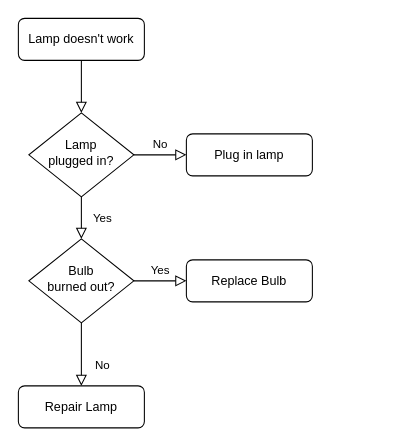
Earlier version of the draw.io diagram conditional.drawio (ChiobiJason/100-Days-Of-Python). Source tidied: cells renumbered, new cells numbered last; positions are measured from the earlier drawing's top-left corner, leaving out a move shared by most shapes. Both pictures are drawn from the tidied source at 105%, with x=0, y=0 at pixel (18, 18).
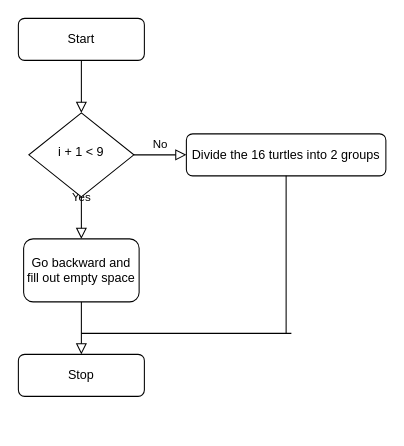
Above is the later version.

The edit, as a diff of the source:
```diff
@@
 <mxGraphModel>
   <root>
     <mxCell id="0" />
     <mxCell id="1" parent="0" />
     <mxCell id="2" style="rounded=0;html=1;jettySize=auto;fontSize=11;endArrow=block;endFill=0;endSize=8;strokeWidth=1;shadow=0;labelBackgroundColor=none;edgeStyle=orthogonalEdgeStyle;" parent="1" edge="1" source="3" target="6">
       <mxGeometry relative="1" as="geometry" />
     </mxCell>
-    <mxCell id="3" value="Lamp doesn't work" style="rounded=1;whiteSpace=wrap;html=1;fontSize=12;glass=0;strokeWidth=1;shadow=0;" parent="1" vertex="1">
+    <mxCell id="3" value="Start" style="rounded=1;whiteSpace=wrap;html=1;fontSize=12;glass=0;strokeWidth=1;shadow=0;" parent="1" vertex="1">
       <mxGeometry width="120" height="40" as="geometry" />
     </mxCell>
-    <mxCell id="4" value="Yes" style="rounded=0;html=1;jettySize=auto;fontSize=11;endArrow=block;endFill=0;endSize=8;strokeWidth=1;shadow=0;labelBackgroundColor=none;edgeStyle=orthogonalEdgeStyle;" parent="1" edge="1" source="6" target="10">
-      <mxGeometry y="20" relative="1" as="geometry" />
+    <mxCell id="4" value="Yes" style="rounded=0;html=1;jettySize=auto;fontSize=11;endArrow=block;endFill=0;endSize=8;strokeWidth=1;shadow=0;labelBackgroundColor=none;edgeStyle=orthogonalEdgeStyle;" parent="1" edge="1" source="6">
+      <mxGeometry y="20" relative="1" as="geometry">
+        <mxPoint x="60" y="210" as="targetPoint" />
+      </mxGeometry>
     </mxCell>
     <mxCell id="5" value="No" style="edgeStyle=orthogonalEdgeStyle;rounded=0;html=1;jettySize=auto;fontSize=11;endArrow=block;endFill=0;endSize=8;strokeWidth=1;shadow=0;labelBackgroundColor=none;" parent="1" edge="1" source="6" target="7">
       <mxGeometry y="10" relative="1" as="geometry" />
     </mxCell>
-    <mxCell id="6" value="Lamp&lt;br&gt;plugged in?" style="rhombus;whiteSpace=wrap;html=1;shadow=0;fontFamily=Helvetica;fontSize=12;align=center;strokeWidth=1;spacing=6;spacingTop=-4;" parent="1" vertex="1">
+    <mxCell id="6" value="i + 1 &amp;lt; 9" style="rhombus;whiteSpace=wrap;html=1;shadow=0;fontFamily=Helvetica;fontSize=12;align=center;strokeWidth=1;spacing=6;spacingTop=-4;" parent="1" vertex="1">
       <mxGeometry x="10" y="90" width="100" height="80" as="geometry" />
     </mxCell>
-    <mxCell id="7" value="Plug in lamp" style="rounded=1;whiteSpace=wrap;html=1;fontSize=12;glass=0;strokeWidth=1;shadow=0;" parent="1" vertex="1">
-      <mxGeometry x="160" y="110" width="120" height="40" as="geometry" />
+    <mxCell id="7" value="Divide the 16 turtles into 2 groups" style="rounded=1;whiteSpace=wrap;html=1;fontSize=12;glass=0;strokeWidth=1;shadow=0;" parent="1" vertex="1">
+      <mxGeometry x="160" y="110" width="190" height="40" as="geometry" />
     </mxCell>
-    <mxCell id="8" value="No" style="rounded=0;html=1;jettySize=auto;fontSize=11;endArrow=block;endFill=0;endSize=8;strokeWidth=1;shadow=0;labelBackgroundColor=none;edgeStyle=orthogonalEdgeStyle;" parent="1" edge="1" source="10" target="11">
-      <mxGeometry x="0.33" y="20" relative="1" as="geometry" />
+    <mxCell id="8" style="rounded=0;html=1;jettySize=auto;fontSize=11;endArrow=block;endFill=0;endSize=8;strokeWidth=1;shadow=0;labelBackgroundColor=none;edgeStyle=orthogonalEdgeStyle;" parent="1" edge="1" source="13" target="11">
+      <mxGeometry x="0.2" y="20" relative="1" as="geometry" />
     </mxCell>
-    <mxCell id="9" value="Yes" style="edgeStyle=orthogonalEdgeStyle;rounded=0;html=1;jettySize=auto;fontSize=11;endArrow=block;endFill=0;endSize=8;strokeWidth=1;shadow=0;labelBackgroundColor=none;" parent="1" edge="1" source="10" target="12">
-      <mxGeometry y="10" relative="1" as="geometry" />
-    </mxCell>
-    <mxCell id="10" value="Bulb&lt;br&gt;burned out?" style="rhombus;whiteSpace=wrap;html=1;shadow=0;fontFamily=Helvetica;fontSize=12;align=center;strokeWidth=1;spacing=6;spacingTop=-4;" parent="1" vertex="1">
-      <mxGeometry x="10" y="210" width="100" height="80" as="geometry" />
-    </mxCell>
-    <mxCell id="11" value="Repair Lamp" style="rounded=1;whiteSpace=wrap;html=1;fontSize=12;glass=0;strokeWidth=1;shadow=0;" parent="1" vertex="1">
-      <mxGeometry y="350" width="120" height="40" as="geometry" />
+    <mxCell id="11" value="Stop" style="rounded=1;whiteSpace=wrap;html=1;fontSize=12;glass=0;strokeWidth=1;shadow=0;" parent="1" vertex="1">
+      <mxGeometry y="320" width="120" height="40" as="geometry" />
     </mxCell>
-    <mxCell id="12" value="Replace Bulb" style="rounded=1;whiteSpace=wrap;html=1;fontSize=12;glass=0;strokeWidth=1;shadow=0;" parent="1" vertex="1">
-      <mxGeometry x="160" y="230" width="120" height="40" as="geometry" />
-    </mxCell>
+    <mxCell id="13" value="Go backward and fill out empty space" style="rounded=1;whiteSpace=wrap;html=1;" parent="1" vertex="1">
+      <mxGeometry x="5" y="210" width="110" height="60" as="geometry" />
+    </mxCell>
+    <mxCell id="14" style="endArrow=none;html=1;rounded=0;entryX=0.5;entryY=1;entryDx=0;entryDy=0;" parent="1" edge="1" target="7">
+      <mxGeometry relative="1" as="geometry">
+        <mxPoint x="255" y="300" as="sourcePoint" />
+      </mxGeometry>
+    </mxCell>
+    <mxCell id="15" style="endArrow=none;html=1;rounded=0;" parent="1" edge="1">
+      <mxGeometry relative="1" as="geometry">
+        <mxPoint x="60" y="300" as="sourcePoint" />
+        <mxPoint x="260" y="300" as="targetPoint" />
+      </mxGeometry>
+    </mxCell>
   </root>
 </mxGraphModel>
```
